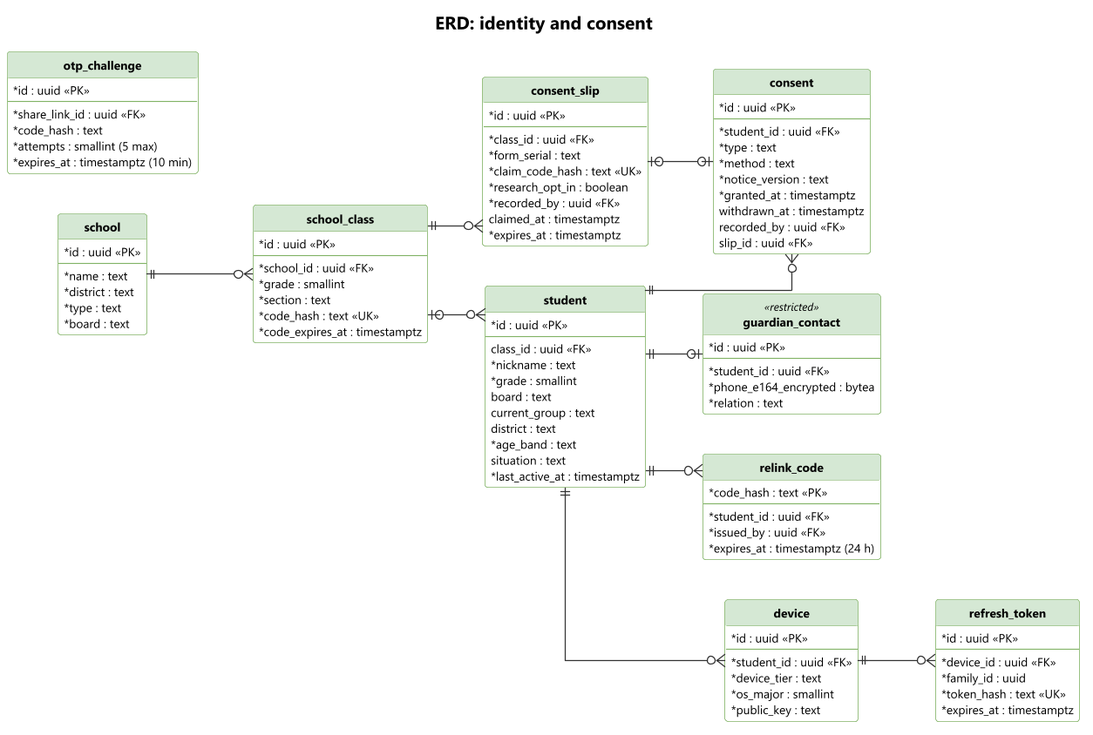
Earlier version of the PlantUML export docs/architecture/diagrams/erd/erd-1-identity-consent.png (HamzaButt22/FYP-RAHYAB).
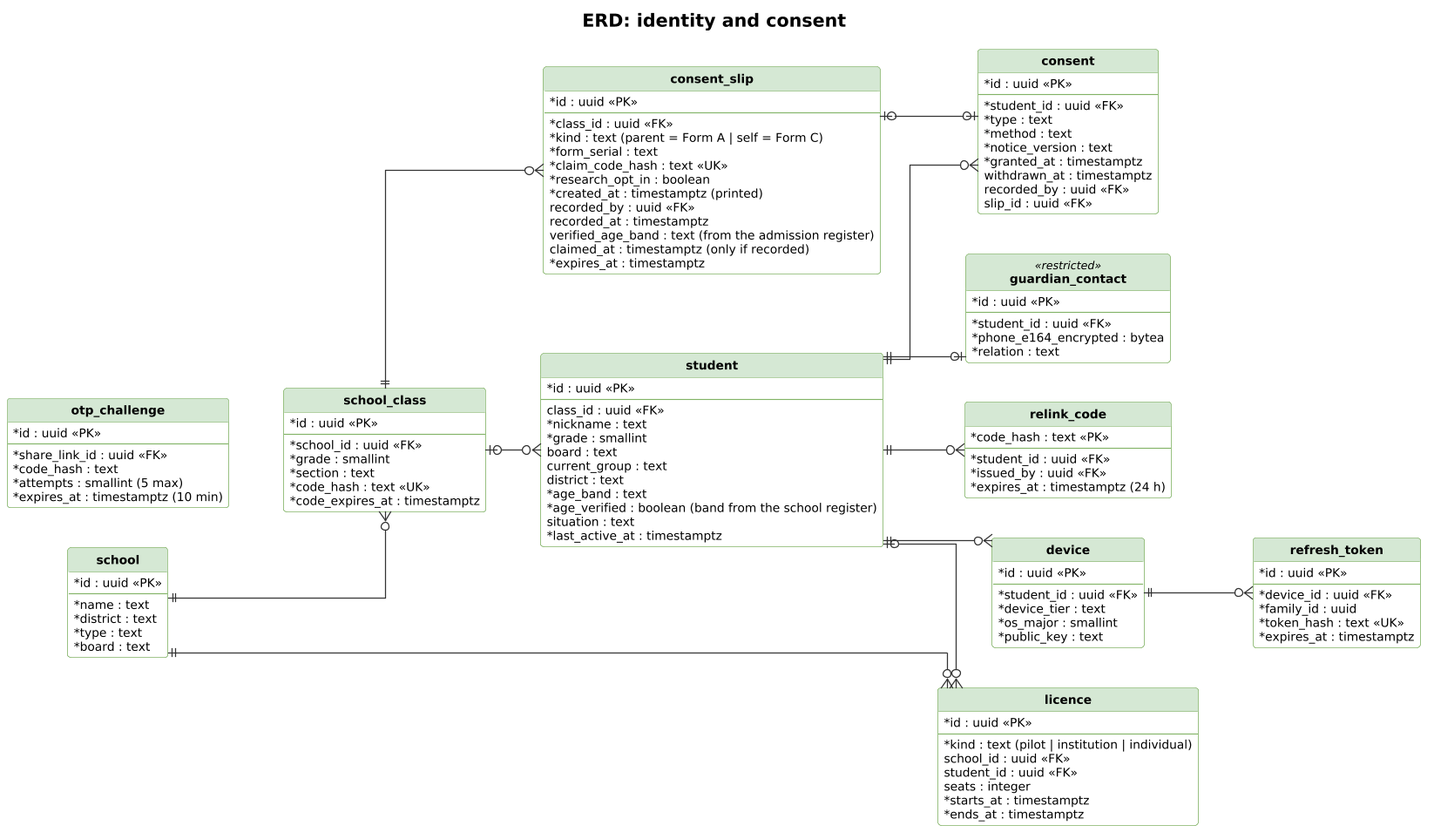
The same diagram one commit later.

Commit message:
feat(data): O*NET 31.0 path profiles, verified board routes, re-rendered ERDs (#25)

Diff of the diagram source:
```diff
@@ -31,6 +31,7 @@
   current_group : text
   district : text
   * age_band : text
+  * age_verified : boolean (band from the school register)
   situation : text
   * last_active_at : timestamptz
 }
@@ -57,12 +58,26 @@
   * id : uuid <<PK>>
   --
   * class_id : uuid <<FK>>
+  * kind : text (parent = Form A | self = Form C)
   * form_serial : text
   * claim_code_hash : text <<UK>>
   * research_opt_in : boolean
-  * recorded_by : uuid <<FK>>
-  claimed_at : timestamptz
+  * created_at : timestamptz (printed)
+  recorded_by : uuid <<FK>>
+  recorded_at : timestamptz
+  verified_age_band : text (from the admission register)
+  claimed_at : timestamptz (only if recorded)
   * expires_at : timestamptz
+}
+entity "licence" as lic {
+  * id : uuid <<PK>>
+  --
+  * kind : text (pilot | institution | individual)
+  school_id : uuid <<FK>>
+  student_id : uuid <<FK>>
+  seats : integer
+  * starts_at : timestamptz
+  * ends_at : timestamptz
 }
 entity "otp_challenge" as otp {
   * id : uuid <<PK>>
@@ -104,4 +119,6 @@
 student ||--o{ rl
 student ||--o{ device
 device ||--o{ rt
+school ||--o{ lic
+student |o--o{ lic
 @enduml
```
